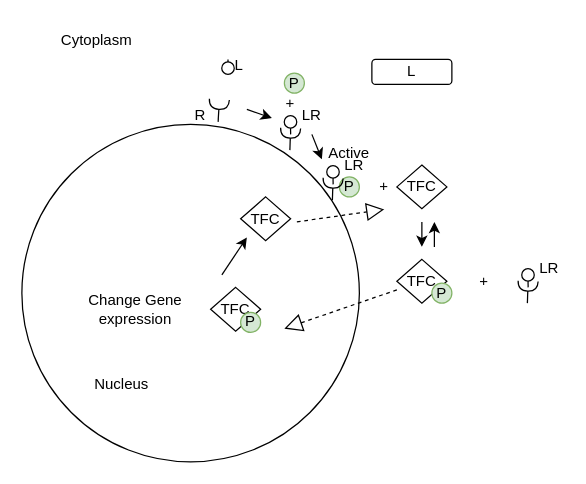
The draw.io diagram Untitled Diagram.drawio in DaniAngelov17/modeling-biosystems, before the edit. Source tidied: cells renumbered, new cells numbered last; positions are measured from the earlier drawing's top-left corner, leaving out a move shared by most shapes. Both pictures are drawn from the tidied source at 125%, with x=0, y=0 at pixel (21, 21).
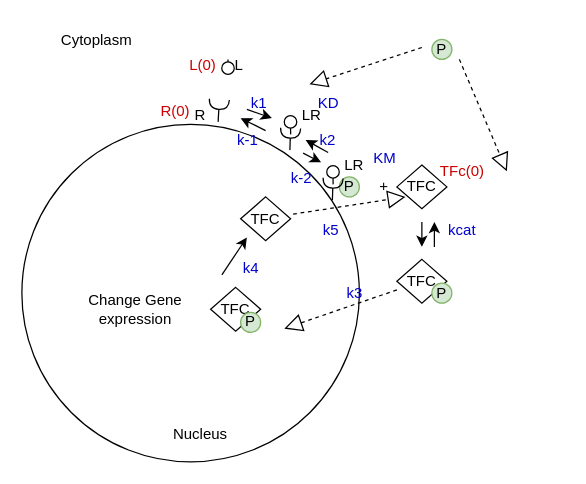
After the change.

Unchanged cells that the change refers to:
```xml
<mxCell id="29" style="ellipse;whiteSpace=wrap;html=1;align=center;fillColor=none;strokeColor=none;perimeter=centerPerimeter;points=[];outlineConnect=1;" parent="1" vertex="1">
  <mxGeometry x="400" y="202.4" width="10" height="10" as="geometry" />
</mxCell>
```

Diff of the diagram source:
```diff
@@
     <mxCell id="3" value="Nucleus" style="text;html=1;whiteSpace=wrap;strokeColor=none;fillColor=none;align=center;verticalAlign=middle;rounded=0;" parent="1" vertex="1">
-      <mxGeometry x="50" y="280" width="60" height="20" as="geometry" />
+      <mxGeometry x="113" y="320" width="60" height="20" as="geometry" />
     </mxCell>
@@
-    <mxCell id="5" value="L" style="rounded=1;whiteSpace=wrap;html=1;" parent="1" vertex="1">
-      <mxGeometry x="280" y="30" width="64" height="20" as="geometry" />
-    </mxCell>
@@
-    <mxCell id="20" value="Active" style="text;html=1;whiteSpace=wrap;strokeColor=none;fillColor=none;align=center;verticalAlign=middle;rounded=0;" parent="1" vertex="1">
-      <mxGeometry x="232" y="90" width="60" height="30" as="geometry" />
-    </mxCell>
@@
-    <mxCell id="26" value="+" style="text;html=1;whiteSpace=wrap;strokeColor=none;fillColor=none;align=center;verticalAlign=middle;rounded=0;" parent="1" vertex="1">
-      <mxGeometry x="340" y="192.5" width="60" height="30" as="geometry" />
-    </mxCell>
-    <mxCell id="27" style="rounded=0;jettySize=auto;html=1;endArrow=halfCircle;endFill=0;endSize=6;strokeWidth=1;sketch=0;exitX=0.745;exitY=0.063;exitDx=0;exitDy=0;exitPerimeter=0;" parent="1" edge="1" target="29">
-      <mxGeometry relative="1" as="geometry">
-        <mxPoint x="404.4" y="225" as="sourcePoint" />
-      </mxGeometry>
-    </mxCell>
-    <mxCell id="28" style="rounded=0;orthogonalLoop=1;jettySize=auto;html=1;endArrow=oval;endFill=0;sketch=0;sourcePerimeterSpacing=0;targetPerimeterSpacing=0;endSize=10;" parent="1" edge="1">
-      <mxGeometry relative="1" as="geometry">
-        <mxPoint x="405" y="212.4" as="sourcePoint" />
-        <mxPoint x="404.9" y="202.4" as="targetPoint" />
-      </mxGeometry>
-    </mxCell>
@@
-    <mxCell id="30" value="LR" style="text;html=1;whiteSpace=wrap;strokeColor=none;fillColor=none;align=center;verticalAlign=middle;rounded=0;" parent="1" vertex="1">
-      <mxGeometry x="410" y="182.4" width="24" height="30" as="geometry" />
-    </mxCell>
-    <mxCell id="31" style="endArrow=classic;html=1;rounded=0;exitX=0;exitY=0;exitDx=0;exitDy=0;" parent="1" edge="1" source="20">
-      <mxGeometry relative="1" as="geometry">
-        <mxPoint x="240" y="110" as="targetPoint" />
-      </mxGeometry>
-    </mxCell>
@@
-    <mxCell id="34" value="P" style="ellipse;whiteSpace=wrap;html=1;fillColor=#d5e8d4;strokeColor=#82b366;" parent="1" vertex="1">
-      <mxGeometry x="210" y="41" width="16" height="16" as="geometry" />
-    </mxCell>
-    <mxCell id="35" value="+" style="text;html=1;whiteSpace=wrap;strokeColor=none;fillColor=none;align=center;verticalAlign=middle;rounded=0;" parent="1" vertex="1">
-      <mxGeometry x="185" y="50" width="60" height="30" as="geometry" />
-    </mxCell>
@@
     <mxCell id="39" style="endArrow=block;dashed=1;endFill=0;endSize=12;html=1;rounded=0;" parent="1" edge="1">
       <mxGeometry relative="1" as="geometry">
-        <mxPoint x="220" y="160" as="sourcePoint" />
-        <mxPoint x="290" y="150" as="targetPoint" />
+        <mxPoint x="217" y="153.8" as="sourcePoint" />
+        <mxPoint x="307" y="140" as="targetPoint" />
       </mxGeometry>
     </mxCell>
@@
+    <mxCell id="43" value="&lt;font style=&quot;&quot;&gt;L(0)&lt;/font&gt;" style="text;html=1;whiteSpace=wrap;strokeColor=none;fillColor=none;align=center;verticalAlign=middle;rounded=0;fontColor=#CC0000;" parent="1" vertex="1">
+      <mxGeometry x="115" y="20" width="60" height="30" as="geometry" />
+    </mxCell>
+    <mxCell id="44" value="&lt;font style=&quot;&quot;&gt;R(0)&lt;/font&gt;" style="text;html=1;whiteSpace=wrap;strokeColor=none;fillColor=none;align=center;verticalAlign=middle;rounded=0;fontColor=#CC0000;" parent="1" vertex="1">
+      <mxGeometry x="93" y="57" width="60" height="30" as="geometry" />
+    </mxCell>
+    <mxCell id="45" style="endArrow=classic;html=1;rounded=0;" parent="1" edge="1">
+      <mxGeometry relative="1" as="geometry">
+        <mxPoint x="195" y="87" as="sourcePoint" />
+        <mxPoint x="175" y="77" as="targetPoint" />
+      </mxGeometry>
+    </mxCell>
+    <mxCell id="46" value="&lt;font style=&quot;color: rgb(0, 0, 204);&quot;&gt;k1&lt;/font&gt;" style="text;html=1;whiteSpace=wrap;strokeColor=none;fillColor=none;align=center;verticalAlign=middle;rounded=0;" parent="1" vertex="1">
+      <mxGeometry x="160" y="50" width="60" height="30" as="geometry" />
+    </mxCell>
+    <mxCell id="47" value="&lt;font style=&quot;color: rgb(0, 0, 204);&quot;&gt;k-1&lt;/font&gt;" style="text;html=1;whiteSpace=wrap;strokeColor=none;fillColor=none;align=center;verticalAlign=middle;rounded=0;" parent="1" vertex="1">
+      <mxGeometry x="151" y="80" width="60" height="30" as="geometry" />
+    </mxCell>
+    <mxCell id="48" value="&lt;font color=&quot;#0000cc&quot;&gt;KD&lt;/font&gt;" style="text;html=1;whiteSpace=wrap;strokeColor=none;fillColor=none;align=center;verticalAlign=middle;rounded=0;" parent="1" vertex="1">
+      <mxGeometry x="232.5" y="50" width="25" height="30" as="geometry" />
+    </mxCell>
+    <mxCell id="49" value="&lt;font color=&quot;#0000cc&quot;&gt;k2&lt;/font&gt;" style="text;html=1;whiteSpace=wrap;strokeColor=none;fillColor=none;align=center;verticalAlign=middle;rounded=0;" parent="1" vertex="1">
+      <mxGeometry x="215" y="80" width="60" height="30" as="geometry" />
+    </mxCell>
+    <mxCell id="50" style="endArrow=classic;html=1;rounded=0;" parent="1" edge="1">
+      <mxGeometry relative="1" as="geometry">
+        <mxPoint x="245" y="104.5" as="sourcePoint" />
+        <mxPoint x="227" y="94.5" as="targetPoint" />
+      </mxGeometry>
+    </mxCell>
+    <mxCell id="51" style="endArrow=classic;html=1;rounded=0;entryX=0.756;entryY=0.079;entryDx=0;entryDy=0;entryPerimeter=0;" parent="1" edge="1" target="52">
+      <mxGeometry relative="1" as="geometry">
+        <mxPoint x="225" y="105" as="sourcePoint" />
+      </mxGeometry>
+    </mxCell>
+    <mxCell id="52" value="&lt;font color=&quot;#0000cc&quot;&gt;k-2&lt;/font&gt;" style="text;html=1;whiteSpace=wrap;strokeColor=none;fillColor=none;align=center;verticalAlign=middle;rounded=0;" parent="1" vertex="1">
+      <mxGeometry x="194" y="110" width="60" height="30" as="geometry" />
+    </mxCell>
+    <mxCell id="53" value="&lt;font color=&quot;#0000cc&quot;&gt;KM&lt;/font&gt;" style="text;html=1;whiteSpace=wrap;strokeColor=none;fillColor=none;align=center;verticalAlign=middle;rounded=0;" parent="1" vertex="1">
+      <mxGeometry x="277.5" y="94" width="25" height="30" as="geometry" />
+    </mxCell>
+    <mxCell id="54" value="&lt;font color=&quot;#0000cc&quot;&gt;kcat&lt;/font&gt;" style="text;html=1;whiteSpace=wrap;strokeColor=none;fillColor=none;align=center;verticalAlign=middle;rounded=0;" parent="1" vertex="1">
+      <mxGeometry x="340" y="152.4" width="25" height="30" as="geometry" />
+    </mxCell>
+    <mxCell id="55" value="&lt;font color=&quot;#0000cc&quot;&gt;k3&lt;/font&gt;" style="text;html=1;whiteSpace=wrap;strokeColor=none;fillColor=none;align=center;verticalAlign=middle;rounded=0;" parent="1" vertex="1">
+      <mxGeometry x="254" y="202" width="25" height="30" as="geometry" />
+    </mxCell>
+    <mxCell id="56" value="&lt;font color=&quot;#0000cc&quot;&gt;k4&lt;/font&gt;" style="text;html=1;whiteSpace=wrap;strokeColor=none;fillColor=none;align=center;verticalAlign=middle;rounded=0;" parent="1" vertex="1">
+      <mxGeometry x="170.5" y="182.4" width="25" height="30" as="geometry" />
+    </mxCell>
+    <mxCell id="57" value="&lt;font color=&quot;#0000cc&quot;&gt;k5&lt;/font&gt;" style="text;html=1;whiteSpace=wrap;strokeColor=none;fillColor=none;align=center;verticalAlign=middle;rounded=0;" parent="1" vertex="1">
+      <mxGeometry x="235" y="152.4" width="25" height="30" as="geometry" />
+    </mxCell>
+    <mxCell id="58" value="&lt;font&gt;TFc(0)&lt;/font&gt;" style="text;html=1;whiteSpace=wrap;strokeColor=none;fillColor=none;align=center;verticalAlign=middle;rounded=0;fontColor=#CC0000;" parent="1" vertex="1">
+      <mxGeometry x="340" y="100" width="25" height="40" as="geometry" />
+    </mxCell>
+    <mxCell id="34" value="P" style="ellipse;whiteSpace=wrap;html=1;fillColor=#d5e8d4;strokeColor=#82b366;" parent="1" vertex="1">
+      <mxGeometry x="328" y="14" width="16" height="16" as="geometry" />
+    </mxCell>
+    <mxCell id="59" style="endArrow=block;dashed=1;endFill=0;endSize=12;html=1;rounded=0;entryX=1;entryY=0;entryDx=0;entryDy=0;" parent="1" edge="1">
+      <mxGeometry relative="1" as="geometry">
+        <mxPoint x="350" y="30" as="sourcePoint" />
+        <mxPoint x="388" y="119.5" as="targetPoint" />
+      </mxGeometry>
+    </mxCell>
+    <mxCell id="60" style="endArrow=block;dashed=1;endFill=0;endSize=12;html=1;rounded=0;" parent="1" edge="1">
+      <mxGeometry relative="1" as="geometry">
+        <mxPoint x="320" y="20.5" as="sourcePoint" />
+        <mxPoint x="230" y="50" as="targetPoint" />
+      </mxGeometry>
+    </mxCell>
```
